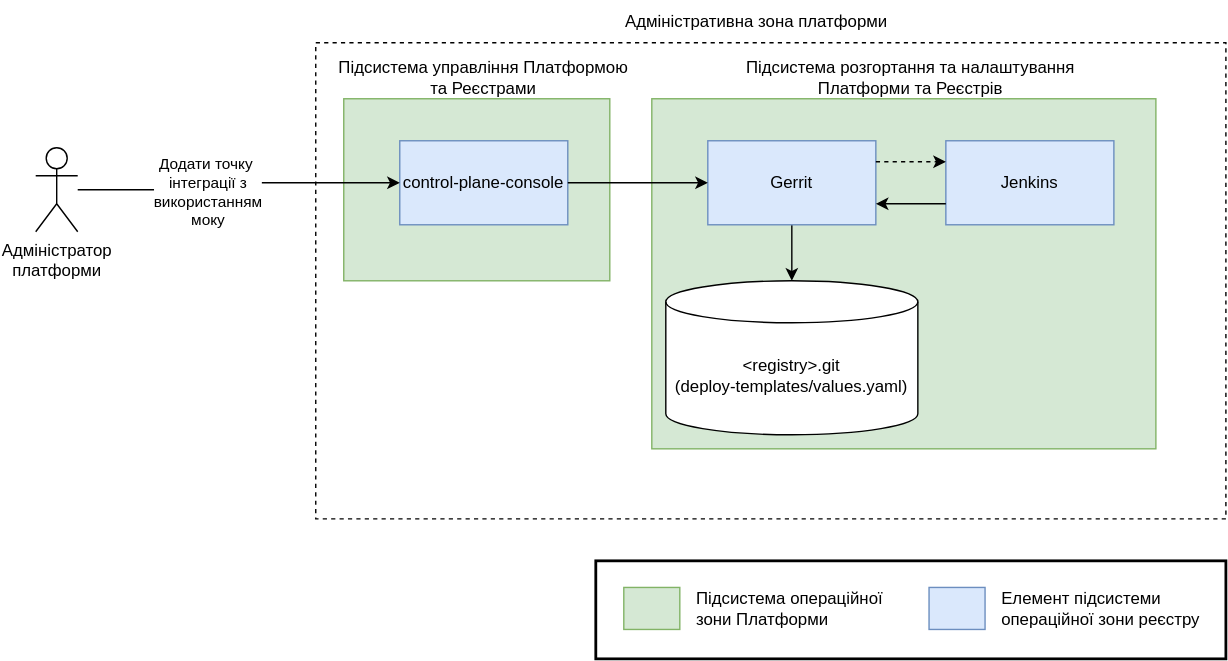
Before: modules/arch/images/architecture-workspace/platform-evolution/mocking/enable-mocking-flow.svg, a diagram exported from draw.io (epam/edp-ddm-architecture). Source tidied: cells renumbered, new cells last; positions are measured from the earlier drawing's top-left corner, leaving out a move shared by most shapes.
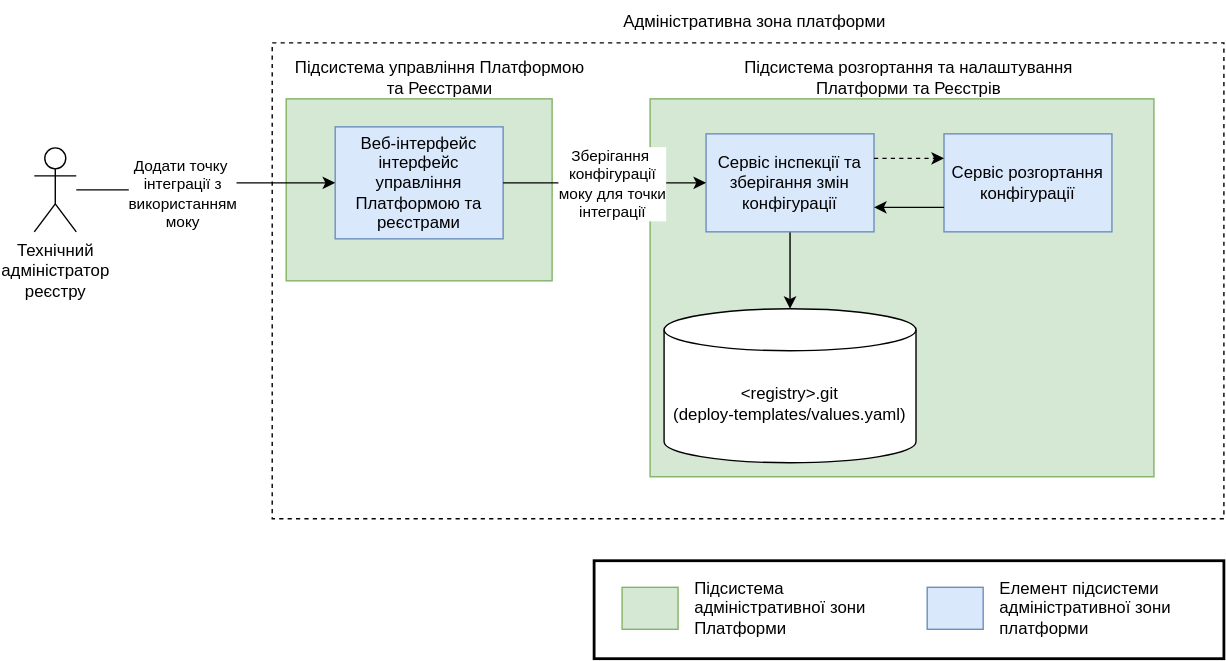
Later version of the same file.

Commit message:
[EDP-DDM-22747] Updated diagrams descriptions on new approach of mocks for mocking transition design

Diff of the diagram source:
```diff
@@ -3,19 +3,19 @@
     <mxCell id="0" />
     <mxCell id="1" parent="0" />
     <mxCell id="2" style="rounded=0;whiteSpace=wrap;html=1;dashed=1;" parent="1" vertex="1">
-      <mxGeometry x="200" y="30" width="650" height="340" as="geometry" />
+      <mxGeometry x="170" y="30" width="680" height="340" as="geometry" />
     </mxCell>
     <mxCell id="3" value="Адміністративна зона платформи" style="text;html=1;strokeColor=none;fillColor=none;align=center;verticalAlign=middle;whiteSpace=wrap;rounded=0;" parent="1" vertex="1">
       <mxGeometry x="400" width="230" height="30" as="geometry" />
     </mxCell>
     <mxCell id="4" style="rounded=0;whiteSpace=wrap;html=1;fillColor=#d5e8d4;strokeColor=#82b366;" parent="1" vertex="1">
-      <mxGeometry x="220" y="70" width="190" height="130" as="geometry" />
+      <mxGeometry x="180" y="70" width="190" height="130" as="geometry" />
     </mxCell>
     <mxCell id="5" value="Підсистема управління Платформою та Реєстрами" style="text;html=1;strokeColor=none;fillColor=none;align=center;verticalAlign=middle;whiteSpace=wrap;rounded=0;" parent="1" vertex="1">
-      <mxGeometry x="210" y="40" width="220" height="30" as="geometry" />
+      <mxGeometry x="180" y="40" width="220" height="30" as="geometry" />
     </mxCell>
-    <mxCell id="6" value="control-plane-console" style="rounded=0;whiteSpace=wrap;html=1;fillColor=#dae8fc;strokeColor=#6c8ebf;" parent="1" vertex="1">
-      <mxGeometry x="260" y="100" width="120" height="60" as="geometry" />
+    <mxCell id="6" value="Веб-інтерфейс інтерфейс управління Платформою та реєстрами" style="rounded=0;whiteSpace=wrap;html=1;fillColor=#dae8fc;strokeColor=#6c8ebf;" parent="1" vertex="1">
+      <mxGeometry x="215" y="90" width="120" height="80" as="geometry" />
     </mxCell>
     <mxCell id="7" style="edgeStyle=orthogonalEdgeStyle;rounded=0;jettySize=auto;html=1;entryX=0;entryY=0.5;entryDx=0;entryDy=0;" parent="1" edge="1" source="9" target="6">
       <mxGeometry relative="1" as="geometry" />
@@ -25,11 +25,11 @@
         <mxPoint y="1" as="offset" />
       </mxGeometry>
     </mxCell>
-    <mxCell id="9" value="Адміністратор &lt;br&gt;платформи" style="shape=umlActor;verticalLabelPosition=bottom;verticalAlign=top;html=1;outlineConnect=0;" parent="1" vertex="1">
+    <mxCell id="9" value="Технічний&lt;br&gt;адміністратор&lt;br&gt;реєстру" style="shape=umlActor;verticalLabelPosition=bottom;verticalAlign=top;html=1;outlineConnect=0;" parent="1" vertex="1">
       <mxGeometry y="105" width="30" height="60" as="geometry" />
     </mxCell>
     <mxCell id="10" style="rounded=0;whiteSpace=wrap;html=1;fillColor=#d5e8d4;strokeColor=#82b366;" parent="1" vertex="1">
-      <mxGeometry x="440" y="70" width="360" height="250" as="geometry" />
+      <mxGeometry x="440" y="70" width="360" height="270" as="geometry" />
     </mxCell>
     <mxCell id="11" value="Підсистема розгортання та налаштування Платформи та Реєстрів" style="text;html=1;strokeColor=none;fillColor=none;align=center;verticalAlign=middle;whiteSpace=wrap;rounded=0;" parent="1" vertex="1">
       <mxGeometry x="500" y="40" width="250" height="30" as="geometry" />
@@ -37,11 +37,11 @@
     <mxCell id="12" style="edgeStyle=orthogonalEdgeStyle;rounded=0;jettySize=auto;html=1;entryX=0.5;entryY=0;entryDx=0;entryDy=0;entryPerimeter=0;" parent="1" edge="1" source="13" target="17">
       <mxGeometry relative="1" as="geometry" />
     </mxCell>
-    <mxCell id="13" value="Gerrit" style="rounded=0;whiteSpace=wrap;html=1;fillColor=#dae8fc;strokeColor=#6c8ebf;" parent="1" vertex="1">
-      <mxGeometry x="480" y="100" width="120" height="60" as="geometry" />
+    <mxCell id="13" value="Сервіс інспекції та зберігання змін конфігурації" style="rounded=0;whiteSpace=wrap;html=1;fillColor=#dae8fc;strokeColor=#6c8ebf;" parent="1" vertex="1">
+      <mxGeometry x="480" y="95" width="120" height="70" as="geometry" />
     </mxCell>
-    <mxCell id="14" value="Jenkins" style="rounded=0;whiteSpace=wrap;html=1;fillColor=#dae8fc;strokeColor=#6c8ebf;" parent="1" vertex="1">
-      <mxGeometry x="650" y="100" width="120" height="60" as="geometry" />
+    <mxCell id="14" value="Сервіс розгортання конфігурації" style="rounded=0;whiteSpace=wrap;html=1;fillColor=#dae8fc;strokeColor=#6c8ebf;" parent="1" vertex="1">
+      <mxGeometry x="650" y="95" width="120" height="70" as="geometry" />
     </mxCell>
     <mxCell id="15" style="endArrow=classic;html=1;rounded=0;exitX=1;exitY=0.25;exitDx=0;exitDy=0;entryX=0;entryY=0.25;entryDx=0;entryDy=0;dashed=1;" parent="1" edge="1" source="13" target="14">
       <mxGeometry relative="1" as="geometry" />
@@ -50,24 +50,27 @@
       <mxGeometry relative="1" as="geometry" />
     </mxCell>
     <mxCell id="17" value="&amp;lt;registry&amp;gt;.git &lt;br&gt;(deploy-templates/values.yaml)" style="shape=cylinder3;whiteSpace=wrap;html=1;boundedLbl=1;backgroundOutline=1;size=15;" parent="1" vertex="1">
-      <mxGeometry x="450" y="200" width="180" height="110" as="geometry" />
+      <mxGeometry x="450" y="220" width="180" height="110" as="geometry" />
     </mxCell>
     <mxCell id="18" style="endArrow=classic;html=1;rounded=0;exitX=1;exitY=0.5;exitDx=0;exitDy=0;entryX=0;entryY=0.5;entryDx=0;entryDy=0;" parent="1" edge="1" source="6" target="13">
       <mxGeometry relative="1" as="geometry" />
     </mxCell>
+    <mxCell id="24" value="Зберігання&amp;nbsp;&lt;br&gt;конфігурації&lt;br&gt;моку для точки&lt;br&gt;інтеграції" style="edgeLabel;html=1;align=center;verticalAlign=middle;" parent="18" vertex="1">
+      <mxGeometry x="0.07" y="-1" relative="1" as="geometry" />
+    </mxCell>
     <mxCell id="19" style="rounded=0;whiteSpace=wrap;html=1;strokeColor=#000000;strokeWidth=2;fillColor=none;" parent="1" vertex="1">
       <mxGeometry x="400" y="400" width="450" height="70" as="geometry" />
     </mxCell>
     <mxCell id="20" style="rounded=0;whiteSpace=wrap;html=1;strokeWidth=1;labelPosition=center;verticalLabelPosition=top;align=center;verticalAlign=bottom;strokeColor=#82b366;fillColor=#d5e8d4;" parent="1" vertex="1">
       <mxGeometry x="420" y="419" width="40" height="30" as="geometry" />
     </mxCell>
-    <mxCell id="21" value="Підсистема операційної зони Платформи" style="text;html=1;strokeColor=none;fillColor=none;align=left;verticalAlign=middle;whiteSpace=wrap;rounded=0;" parent="1" vertex="1">
+    <mxCell id="21" value="Підсистема адміністративної зони Платформи" style="text;html=1;strokeColor=none;fillColor=none;align=left;verticalAlign=middle;whiteSpace=wrap;rounded=0;" parent="1" vertex="1">
       <mxGeometry x="470" y="419" width="160" height="30" as="geometry" />
     </mxCell>
     <mxCell id="22" style="rounded=0;whiteSpace=wrap;html=1;strokeWidth=1;labelPosition=center;verticalLabelPosition=top;align=center;verticalAlign=bottom;strokeColor=#6c8ebf;fillColor=#dae8fc;" parent="1" vertex="1">
       <mxGeometry x="638" y="419" width="40" height="30" as="geometry" />
     </mxCell>
-    <mxCell id="23" value="Елемент підсистеми операційної зони реєстру" style="text;html=1;strokeColor=none;fillColor=none;align=left;verticalAlign=middle;whiteSpace=wrap;rounded=0;" parent="1" vertex="1">
+    <mxCell id="23" value="Елемент підсистеми адміністративної зони платформи" style="text;html=1;strokeColor=none;fillColor=none;align=left;verticalAlign=middle;whiteSpace=wrap;rounded=0;" parent="1" vertex="1">
       <mxGeometry x="688" y="419" width="160" height="30" as="geometry" />
     </mxCell>
   </root>
```
